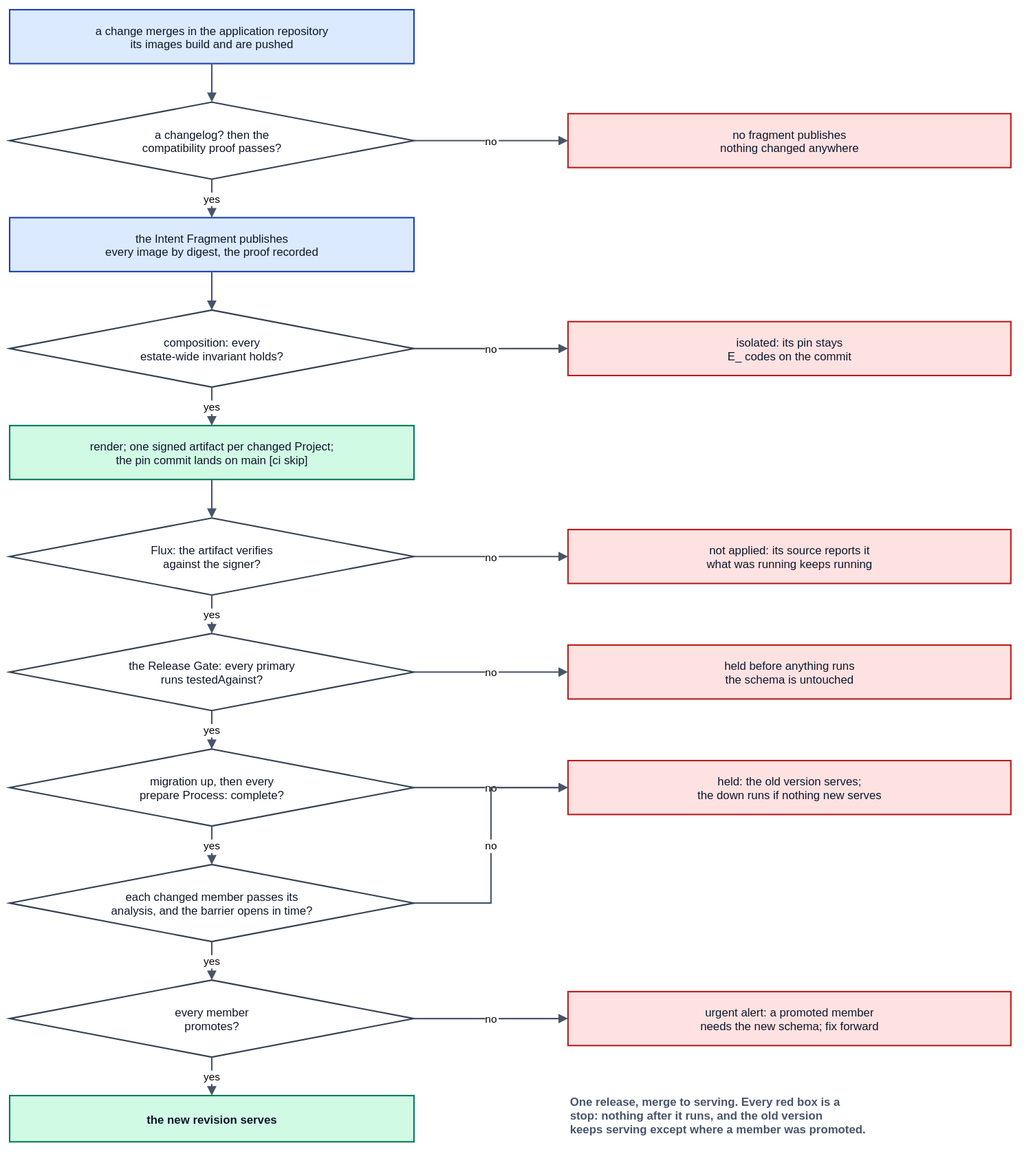
This is spec/v1/diagrams/55-release-sequence.drawio.svg from JorisJonkers-dev/deploy-kit, a draw.io export, as it was before one commit. Source tidied: cells renumbered, new cells last; positions are measured from the earlier drawing's top-left corner, leaving out a move shared by most shapes.
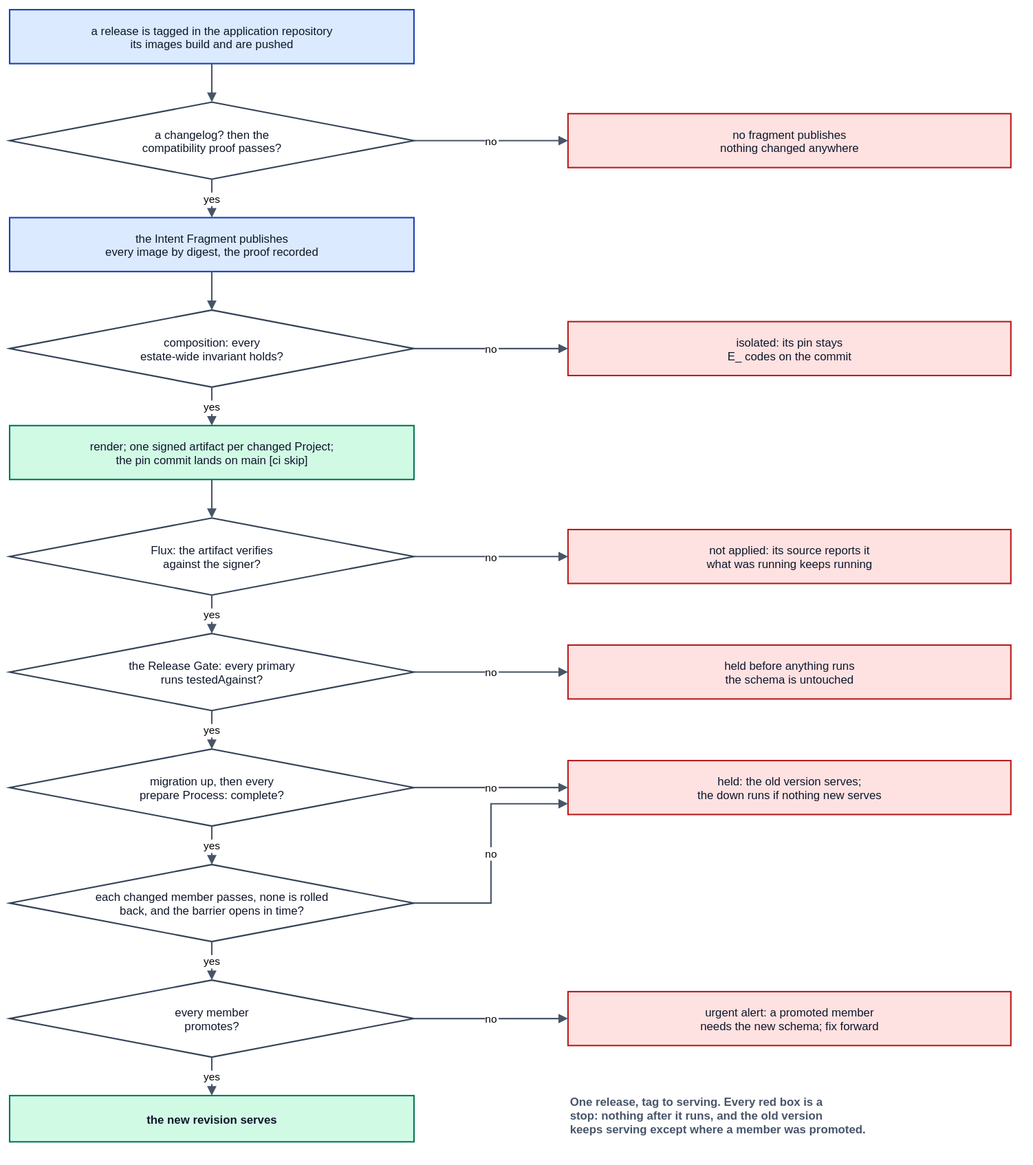
After the change.

Commit message:
docs(spec): start the release diagram at a release tag, and hold on a member the gate rolls back

What changed in the source:
```diff
@@ -2,7 +2,7 @@
   <root>
     <mxCell id="0" />
     <mxCell id="1" parent="0" />
-    <mxCell id="2" value="a change merges in the application repository&#10;its images build and are pushed" style="rounded=0;whiteSpace=nowrap;html=0;align=center;verticalAlign=middle;fillColor=#dbeafe;strokeColor=#1e40af;strokeWidth=1.5;fontFamily=Helvetica;fontSize=12;fontColor=#0f172a;" parent="1" vertex="1">
+    <mxCell id="2" value="a release is tagged in the application repository&#10;its images build and are pushed" style="rounded=0;whiteSpace=nowrap;html=0;align=center;verticalAlign=middle;fillColor=#dbeafe;strokeColor=#1e40af;strokeWidth=1.5;fontFamily=Helvetica;fontSize=12;fontColor=#0f172a;" parent="1" vertex="1">
       <mxGeometry width="420" height="56" as="geometry" />
     </mxCell>
     <mxCell id="3" value="a changelog? then the&#10;compatibility proof passes?" style="rhombus;rounded=0;whiteSpace=nowrap;html=0;align=center;verticalAlign=middle;fillColor=#ffffff;strokeColor=#334155;strokeWidth=1.5;fontFamily=Helvetica;fontSize=12;fontColor=#0f172a;" parent="1" vertex="1">
@@ -26,7 +26,7 @@
     <mxCell id="9" value="migration up, then every&#10;prepare Process: complete?" style="rhombus;rounded=0;whiteSpace=nowrap;html=0;align=center;verticalAlign=middle;fillColor=#ffffff;strokeColor=#334155;strokeWidth=1.5;fontFamily=Helvetica;fontSize=12;fontColor=#0f172a;" parent="1" vertex="1">
       <mxGeometry y="768" width="420" height="80" as="geometry" />
     </mxCell>
-    <mxCell id="10" value="each changed member passes its&#10;analysis, and the barrier opens in time?" style="rhombus;rounded=0;whiteSpace=nowrap;html=0;align=center;verticalAlign=middle;fillColor=#ffffff;strokeColor=#334155;strokeWidth=1.5;fontFamily=Helvetica;fontSize=12;fontColor=#0f172a;" parent="1" vertex="1">
+    <mxCell id="10" value="each changed member passes, none is rolled&#10;back, and the barrier opens in time?" style="rhombus;rounded=0;whiteSpace=nowrap;html=0;align=center;verticalAlign=middle;fillColor=#ffffff;strokeColor=#334155;strokeWidth=1.5;fontFamily=Helvetica;fontSize=12;fontColor=#0f172a;" parent="1" vertex="1">
       <mxGeometry y="888" width="420" height="80" as="geometry" />
     </mxCell>
     <mxCell id="11" value="every member&#10;promotes?" style="rhombus;rounded=0;whiteSpace=nowrap;html=0;align=center;verticalAlign=middle;fillColor=#ffffff;strokeColor=#334155;strokeWidth=1.5;fontFamily=Helvetica;fontSize=12;fontColor=#0f172a;" parent="1" vertex="1">
@@ -95,7 +95,7 @@
     <mxCell id="32" value="no" style="edgeStyle=orthogonalEdgeStyle;rounded=0;html=0;jettySize=auto;jumpStyle=arc;jumpSize=8;endArrow=block;endFill=1;strokeColor=#475569;strokeWidth=1.5;fontSize=11;fontFamily=Helvetica;labelBackgroundColor=#ffffff;exitX=1;exitY=0.5;exitDx=0;exitDy=0;entryX=0;entryY=0.5;entryDx=0;entryDy=0;" parent="1" edge="1" source="9" target="31">
       <mxGeometry relative="1" as="geometry" />
     </mxCell>
-    <mxCell id="33" value="no" style="edgeStyle=orthogonalEdgeStyle;rounded=0;html=0;jettySize=auto;jumpStyle=arc;jumpSize=8;endArrow=block;endFill=1;strokeColor=#475569;strokeWidth=1.5;fontSize=11;fontFamily=Helvetica;labelBackgroundColor=#ffffff;exitX=1;exitY=0.5;exitDx=0;exitDy=0;entryX=0;entryY=0.5;entryDx=0;entryDy=0;" parent="1" edge="1" source="10" target="31">
+    <mxCell id="33" value="no" style="edgeStyle=orthogonalEdgeStyle;rounded=0;html=0;jettySize=auto;jumpStyle=arc;jumpSize=8;endArrow=block;endFill=1;strokeColor=#475569;strokeWidth=1.5;fontSize=11;fontFamily=Helvetica;labelBackgroundColor=#ffffff;exitX=1;exitY=0.5;exitDx=0;exitDy=0;entryX=0;entryY=0.8;entryDx=0;entryDy=0;" parent="1" edge="1" source="10" target="31">
       <mxGeometry relative="1" as="geometry" />
     </mxCell>
     <mxCell id="34" value="urgent alert: a promoted member&#10;needs the new schema; fix forward" style="rounded=0;whiteSpace=nowrap;html=0;align=center;verticalAlign=middle;fillColor=#fee2e2;strokeColor=#b91c1c;strokeWidth=1.5;fontFamily=Helvetica;fontSize=12;fontColor=#0f172a;" parent="1" vertex="1">
@@ -104,7 +104,7 @@
     <mxCell id="35" value="no" style="edgeStyle=orthogonalEdgeStyle;rounded=0;html=0;jettySize=auto;jumpStyle=arc;jumpSize=8;endArrow=block;endFill=1;strokeColor=#475569;strokeWidth=1.5;fontSize=11;fontFamily=Helvetica;labelBackgroundColor=#ffffff;exitX=1;exitY=0.5;exitDx=0;exitDy=0;entryX=0;entryY=0.5;entryDx=0;entryDy=0;" parent="1" edge="1" source="11" target="34">
       <mxGeometry relative="1" as="geometry" />
     </mxCell>
-    <mxCell id="36" value="One release, merge to serving. Every red box is a&#10;stop: nothing after it runs, and the old version&#10;keeps serving except where a member was promoted." style="text;html=0;strokeColor=none;fillColor=none;align=left;verticalAlign=middle;fontFamily=Helvetica;fontSize=12;fontColor=#475569;fontStyle=1;" parent="1" vertex="1">
+    <mxCell id="36" value="One release, tag to serving. Every red box is a&#10;stop: nothing after it runs, and the old version&#10;keeps serving except where a member was promoted." style="text;html=0;strokeColor=none;fillColor=none;align=left;verticalAlign=middle;fontFamily=Helvetica;fontSize=12;fontColor=#475569;fontStyle=1;" parent="1" vertex="1">
       <mxGeometry x="580" y="1118" width="460" height="60" as="geometry" />
     </mxCell>
   </root>
```
